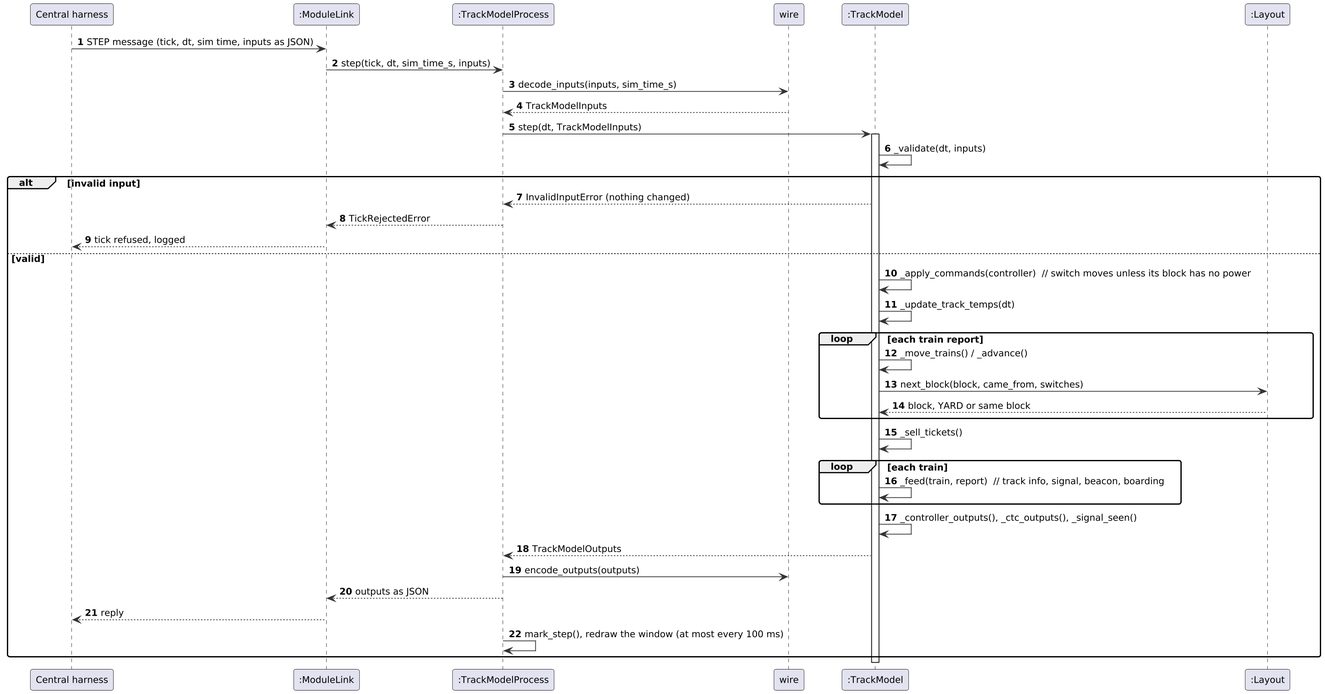
Before: documents/uml/track_model/sd15_tick.png, a diagram exported from PlantUML (Landiss04/Track-Overflow).
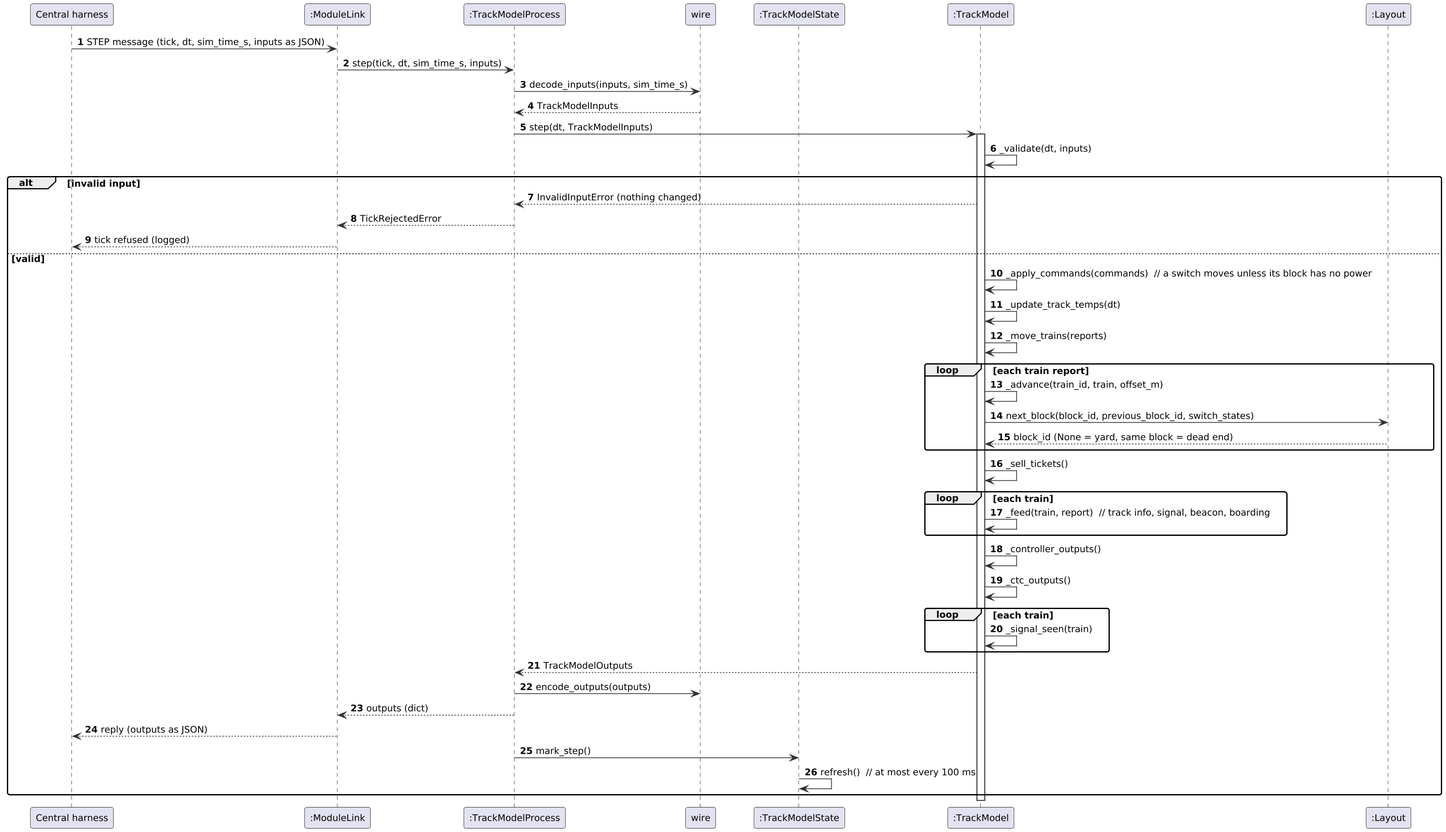
The same diagram one commit later.

Change to the diagram source:
```diff
@@ -13,9 +13,10 @@
 participant ":ModuleLink" as ML
 participant ":TrackModelProcess" as P
 participant "wire" as W
+participant ":TrackModelState" as S
 participant ":TrackModel" as TM
 participant ":Layout" as L
-H -> ML : STEP message (tick, dt, sim time, inputs as JSON)
+H -> ML : STEP message (tick, dt, sim_time_s, inputs as JSON)
 ML -> P : step(tick, dt, sim_time_s, inputs)
 P -> W : decode_inputs(inputs, sim_time_s)
 W --> P : TrackModelInputs
@@ -25,25 +26,31 @@
 alt invalid input
   TM --> P : InvalidInputError (nothing changed)
   P --> ML : TickRejectedError
-  ML --> H : tick refused, logged
+  ML --> H : tick refused (logged)
 else valid
-  TM -> TM : _apply_commands(controller)  // switch moves unless its block has no power
+  TM -> TM : _apply_commands(commands)  // a switch moves unless its block has no power
   TM -> TM : _update_track_temps(dt)
+  TM -> TM : _move_trains(reports)
   loop each train report
-    TM -> TM : _move_trains() / _advance()
-    TM -> L : next_block(block, came_from, switches)
-    L --> TM : block, YARD or same block
+    TM -> TM : _advance(train_id, train, offset_m)
+    TM -> L : next_block(block_id, previous_block_id, switch_states)
+    L --> TM : block_id (None = yard, same block = dead end)
   end
   TM -> TM : _sell_tickets()
   loop each train
     TM -> TM : _feed(train, report)  // track info, signal, beacon, boarding
   end
-  TM -> TM : _controller_outputs(), _ctc_outputs(), _signal_seen()
+  TM -> TM : _controller_outputs()
+  TM -> TM : _ctc_outputs()
+  loop each train
+    TM -> TM : _signal_seen(train)
+  end
   TM --> P : TrackModelOutputs
   P -> W : encode_outputs(outputs)
-  P --> ML : outputs as JSON
-  ML --> H : reply
-  P -> P : mark_step(), redraw the window (at most every 100 ms)
+  P --> ML : outputs (dict)
+  ML --> H : reply (outputs as JSON)
+  P -> S : mark_step()
+  S -> S : refresh()  // at most every 100 ms
 end
 deactivate TM
 @enduml
```
